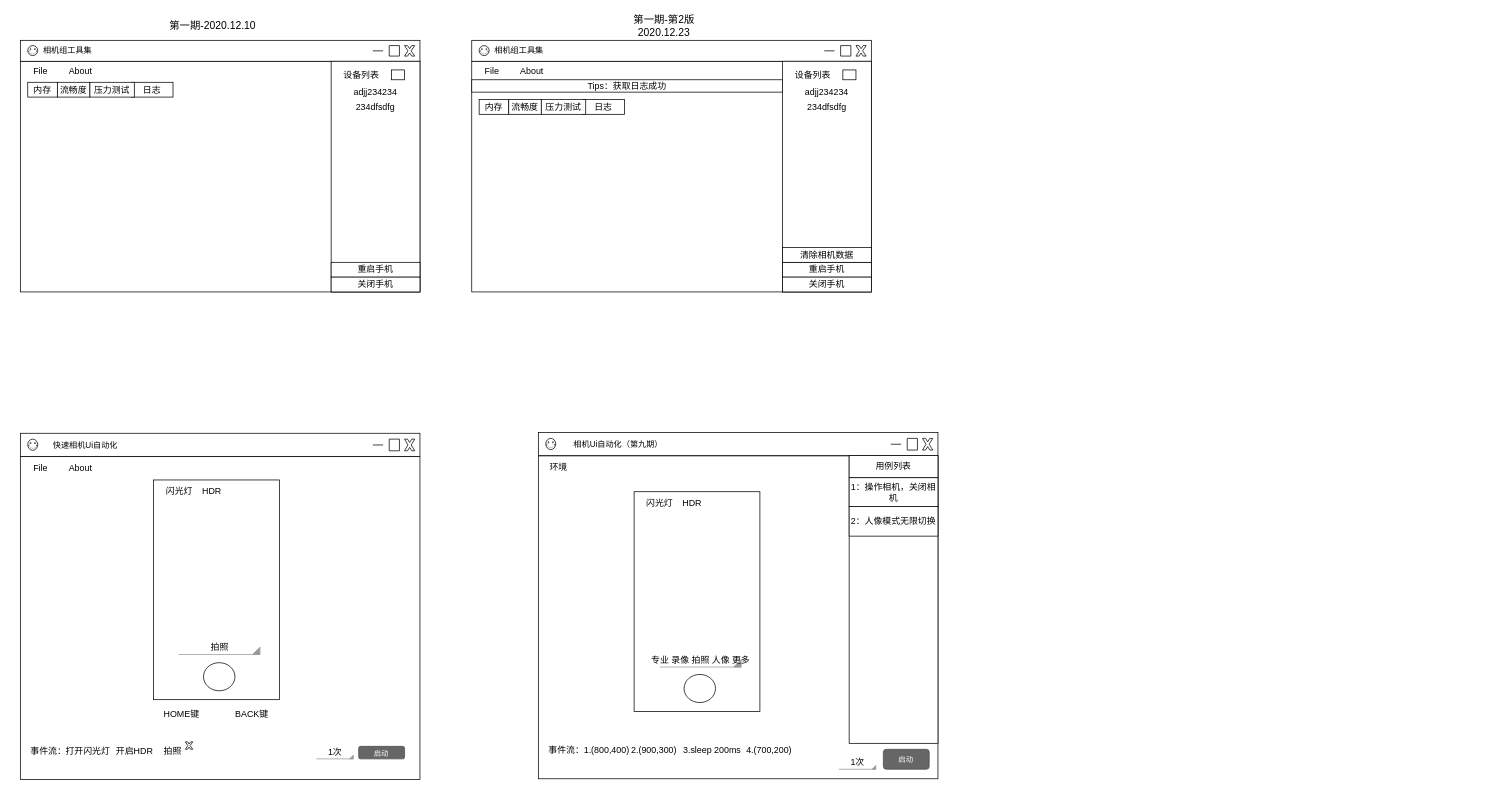
Before: xiaomi_pc_tools.drawio in cadi2015/drawIO, a draw.io diagram. Source tidied: cells renumbered, new cells numbered last; positions are measured from the earlier drawing's top-left corner, leaving out a move shared by most shapes. Both pictures are drawn from the tidied source at 74%, with x=0, y=0 at pixel (13, 18).
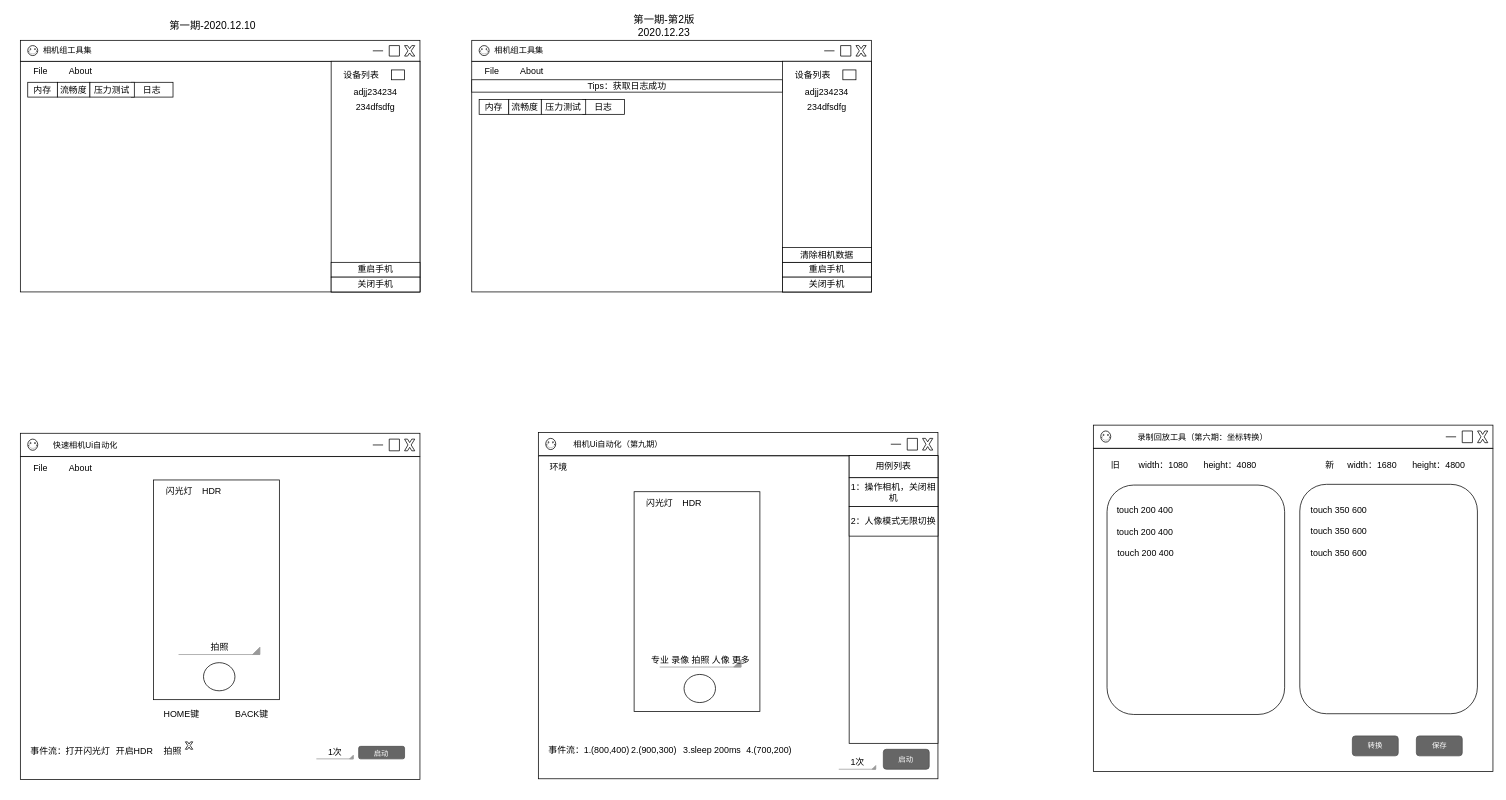
The same diagram, later.

Change to the diagram source:
```diff
@@
     <mxCell id="72" style="group;" parent="1" vertex="1">
-      <mxGeometry x="710" y="560" width="540" height="479" as="geometry" />
+      <mxGeometry x="710" y="560" width="588" height="479" as="geometry" />
     </mxCell>
@@
+    <mxCell id="97" style="group;" parent="1" vertex="1">
+      <mxGeometry x="1460" y="550" width="540" height="479" as="geometry" />
+    </mxCell>
+    <mxCell id="98" style="rounded=0;whiteSpace=wrap;html=1;" parent="97" vertex="1">
+      <mxGeometry y="31.6" width="540" height="436.3" as="geometry" />
+    </mxCell>
+    <mxCell id="99" style="rounded=0;whiteSpace=wrap;html=1;" parent="97" vertex="1">
+      <mxGeometry width="540" height="31.2" as="geometry" />
+    </mxCell>
+    <mxCell id="100" style="verticalLabelPosition=bottom;verticalAlign=top;html=1;shape=mxgraph.basic.x;" parent="97" vertex="1">
+      <mxGeometry x="519.2" y="7.9" width="13.8" height="15.8" as="geometry" />
+    </mxCell>
+    <mxCell id="101" style="verticalLabelPosition=bottom;verticalAlign=top;html=1;shape=mxgraph.basic.rect;fillColor2=none;strokeWidth=1;size=20;indent=5;" parent="97" vertex="1">
+      <mxGeometry x="498.5" y="7.9" width="13.8" height="15.8" as="geometry" />
+    </mxCell>
+    <mxCell id="102" style="endArrow=none;html=1;" parent="97" edge="1">
+      <mxGeometry relative="1" as="geometry">
+        <mxPoint x="476.3" y="15.8" as="sourcePoint" />
+        <mxPoint x="490.2" y="15.8" as="targetPoint" />
+      </mxGeometry>
+    </mxCell>
+    <mxCell id="103" value="&lt;span style=&quot;font-size: 11px&quot;&gt;录制回放工具（第六期：坐标转换）&lt;/span&gt;" style="text;html=1;strokeColor=none;fillColor=none;align=center;verticalAlign=middle;whiteSpace=wrap;rounded=0;" parent="97" vertex="1">
+      <mxGeometry x="24.5" width="245.5" height="31.6" as="geometry" />
+    </mxCell>
+    <mxCell id="104" style="verticalLabelPosition=bottom;verticalAlign=top;html=1;shape=mxgraph.basic.smiley;" parent="97" vertex="1">
+      <mxGeometry x="10" y="7.9" width="13.5" height="15.1" as="geometry" />
+    </mxCell>
+    <mxCell id="105" value="转换" style="rounded=1;html=1;shadow=0;dashed=0;whiteSpace=wrap;fontSize=10;fillColor=#666666;align=center;strokeColor=#4D4D4D;fontColor=#ffffff;" parent="97" vertex="1">
+      <mxGeometry x="350" y="420" width="62" height="26.9" as="geometry" />
+    </mxCell>
+    <mxCell id="106" style="rounded=1;whiteSpace=wrap;html=1;" parent="97" vertex="1">
+      <mxGeometry x="18.5" y="81" width="240" height="310" as="geometry" />
+    </mxCell>
+    <mxCell id="107" style="rounded=1;whiteSpace=wrap;html=1;" parent="97" vertex="1">
+      <mxGeometry x="279" y="80" width="240" height="310" as="geometry" />
+    </mxCell>
+    <mxCell id="108" value="width：1080" style="text;html=1;strokeColor=none;fillColor=none;align=center;verticalAlign=middle;whiteSpace=wrap;rounded=0;" parent="97" vertex="1">
+      <mxGeometry x="50" y="40" width="90" height="30" as="geometry" />
+    </mxCell>
+    <mxCell id="109" value="height：4080" style="text;html=1;strokeColor=none;fillColor=none;align=center;verticalAlign=middle;whiteSpace=wrap;rounded=0;" parent="97" vertex="1">
+      <mxGeometry x="140" y="40" width="90" height="30" as="geometry" />
+    </mxCell>
+    <mxCell id="110" value="新" style="text;html=1;strokeColor=none;fillColor=none;align=center;verticalAlign=middle;whiteSpace=wrap;rounded=0;" parent="97" vertex="1">
+      <mxGeometry x="290" y="40" width="60" height="30" as="geometry" />
+    </mxCell>
+    <mxCell id="111" value="旧" style="text;html=1;strokeColor=none;fillColor=none;align=center;verticalAlign=middle;whiteSpace=wrap;rounded=0;" parent="97" vertex="1">
+      <mxGeometry y="40" width="60" height="30" as="geometry" />
+    </mxCell>
+    <mxCell id="112" value="touch 200 400" style="text;html=1;strokeColor=none;fillColor=none;align=center;verticalAlign=middle;whiteSpace=wrap;rounded=0;" parent="97" vertex="1">
+      <mxGeometry x="20" y="100" width="100" height="30" as="geometry" />
+    </mxCell>
+    <mxCell id="113" value="touch 200 400" style="text;html=1;strokeColor=none;fillColor=none;align=center;verticalAlign=middle;whiteSpace=wrap;rounded=0;" parent="97" vertex="1">
+      <mxGeometry x="20" y="130" width="100" height="30" as="geometry" />
+    </mxCell>
+    <mxCell id="114" value="touch 200 400" style="text;html=1;strokeColor=none;fillColor=none;align=center;verticalAlign=middle;whiteSpace=wrap;rounded=0;" parent="97" vertex="1">
+      <mxGeometry x="20.5" y="159" width="100" height="30" as="geometry" />
+    </mxCell>
+    <mxCell id="115" value="touch 350 600" style="text;html=1;strokeColor=none;fillColor=none;align=center;verticalAlign=middle;whiteSpace=wrap;rounded=0;" parent="97" vertex="1">
+      <mxGeometry x="282" y="100" width="100" height="30" as="geometry" />
+    </mxCell>
+    <mxCell id="116" value="width：1680" style="text;html=1;strokeColor=none;fillColor=none;align=center;verticalAlign=middle;whiteSpace=wrap;rounded=0;" parent="97" vertex="1">
+      <mxGeometry x="332.3" y="40" width="90" height="30" as="geometry" />
+    </mxCell>
+    <mxCell id="117" value="height：4800" style="text;html=1;strokeColor=none;fillColor=none;align=center;verticalAlign=middle;whiteSpace=wrap;rounded=0;" parent="97" vertex="1">
+      <mxGeometry x="422.3" y="40" width="90" height="30" as="geometry" />
+    </mxCell>
+    <mxCell id="118" value="保存" style="rounded=1;html=1;shadow=0;dashed=0;whiteSpace=wrap;fontSize=10;fillColor=#666666;align=center;strokeColor=#4D4D4D;fontColor=#ffffff;" parent="97" vertex="1">
+      <mxGeometry x="436.5" y="420" width="62" height="26.9" as="geometry" />
+    </mxCell>
+    <mxCell id="119" value="touch 350 600" style="text;html=1;strokeColor=none;fillColor=none;align=center;verticalAlign=middle;whiteSpace=wrap;rounded=0;" parent="97" vertex="1">
+      <mxGeometry x="282" y="129" width="100" height="30" as="geometry" />
+    </mxCell>
+    <mxCell id="120" value="touch 350 600" style="text;html=1;strokeColor=none;fillColor=none;align=center;verticalAlign=middle;whiteSpace=wrap;rounded=0;" parent="97" vertex="1">
+      <mxGeometry x="282" y="159" width="100" height="30" as="geometry" />
+    </mxCell>
```
